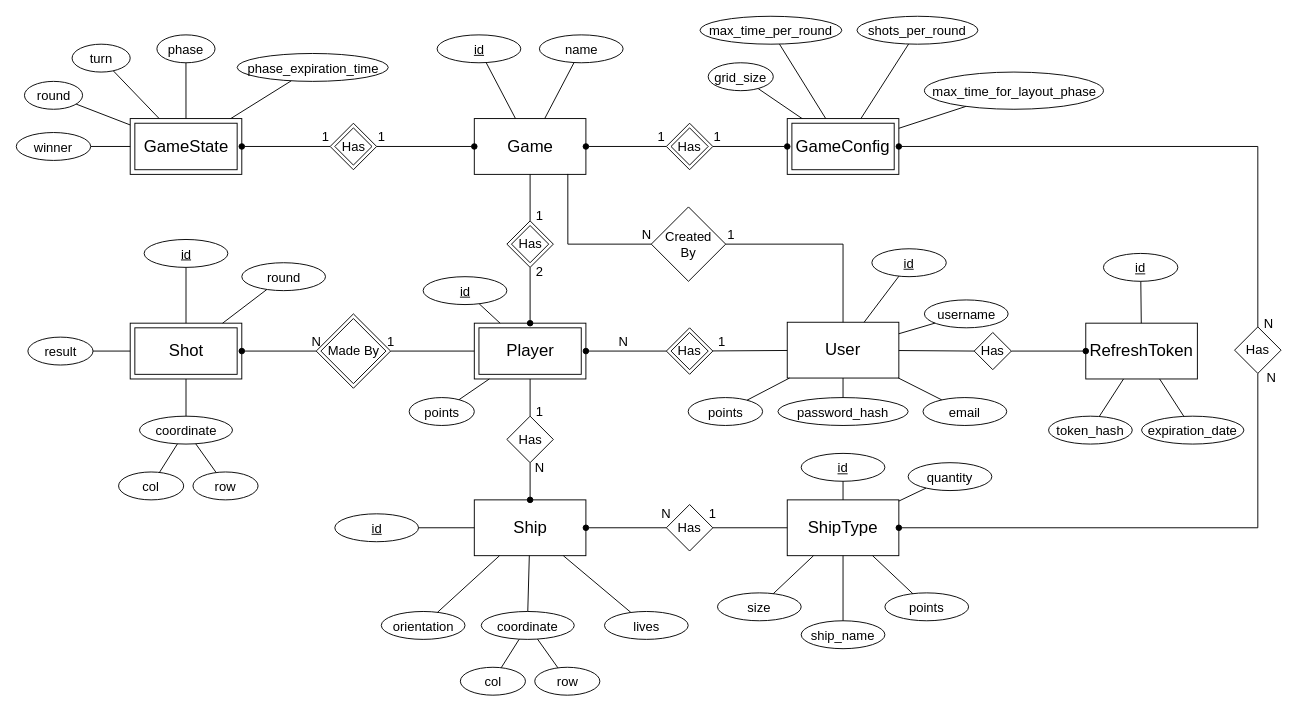
This is page "er-diagram" (1 of 3) of docs/diagrams/battleships-diagrams.drawio from bodybuilders-team/battleships-web, a draw.io file, before an edit. Source tidied: cells renumbered, new cells numbered last; positions are measured from the earlier drawing's top-left corner, leaving out a move shared by most shapes. Both pictures are drawn from the tidied source at 93%, with x=0, y=0 at pixel (16, 16).
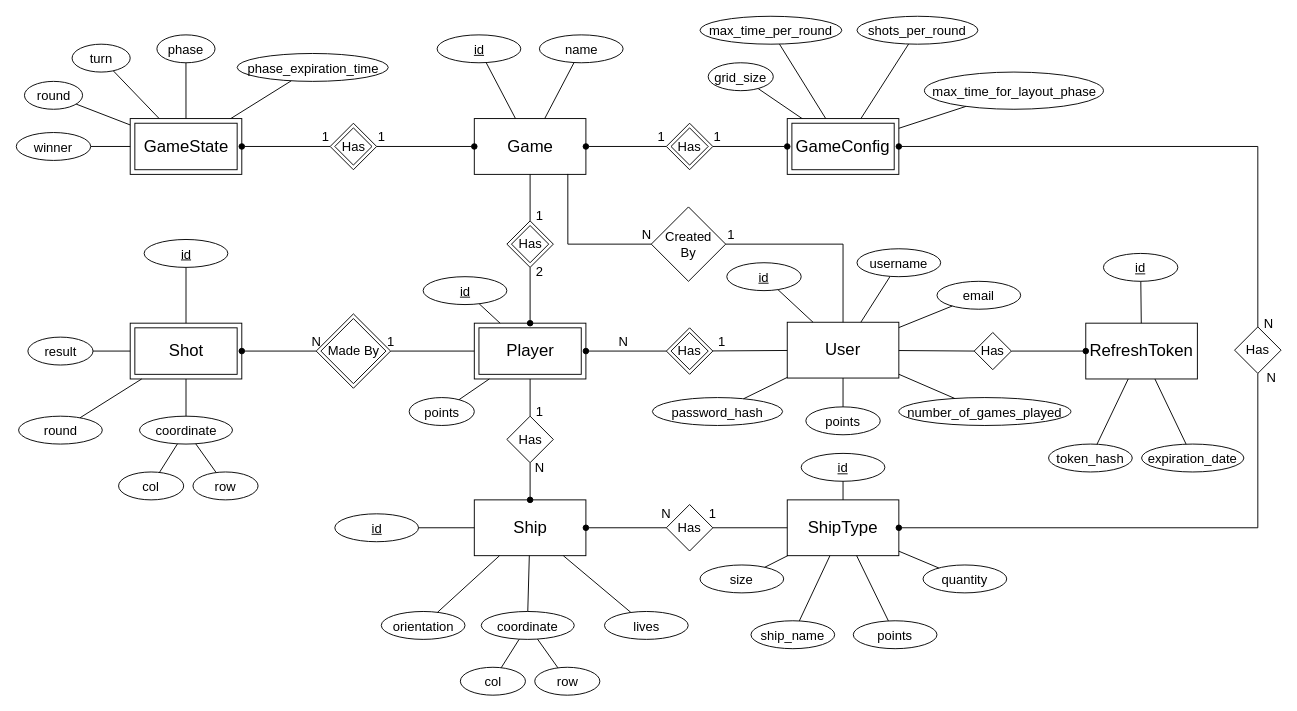
The same diagram, later.

Unchanged cells that the change refers to:
```xml
<mxCell id="15" value="&lt;span style=&quot;font-size: 18px;&quot;&gt;User&lt;/span&gt;" style="rounded=0;whiteSpace=wrap;html=1;" parent="1" vertex="1">
  <mxGeometry x="829" y="329" width="120" height="60" as="geometry" />
</mxCell>
```

What changed in the source:
```diff
@@
     <mxCell id="16" value="&lt;font style=&quot;font-size: 14px&quot;&gt;username&lt;/font&gt;" style="ellipse;whiteSpace=wrap;html=1;fontSize=18;" parent="1" vertex="1">
-      <mxGeometry x="976.5" y="305" width="90" height="30" as="geometry" />
+      <mxGeometry x="904" y="250" width="90" height="30" as="geometry" />
     </mxCell>
     <mxCell id="17" value="&lt;span style=&quot;font-size: 14px&quot;&gt;password_hash&lt;/span&gt;" style="ellipse;whiteSpace=wrap;html=1;fontSize=18;" parent="1" vertex="1">
-      <mxGeometry x="819" y="410" width="140" height="30" as="geometry" />
+      <mxGeometry x="684" y="410" width="140" height="30" as="geometry" />
     </mxCell>
@@
     <mxCell id="19" value="&lt;span style=&quot;font-size: 14px;&quot;&gt;points&lt;/span&gt;" style="ellipse;whiteSpace=wrap;html=1;fontSize=18;" parent="1" vertex="1">
-      <mxGeometry x="722.5" y="410" width="80" height="30" as="geometry" />
+      <mxGeometry x="849" y="420" width="80" height="30" as="geometry" />
     </mxCell>
@@
     <mxCell id="50" value="&lt;span style=&quot;font-size: 14px;&quot;&gt;size&lt;/span&gt;" style="ellipse;whiteSpace=wrap;html=1;fontSize=18;" parent="1" vertex="1">
-      <mxGeometry x="754" y="620" width="90" height="30" as="geometry" />
+      <mxGeometry x="735.2" y="590" width="90" height="30" as="geometry" />
     </mxCell>
     <mxCell id="51" value="&lt;span style=&quot;font-size: 14px&quot;&gt;ship_name&lt;/span&gt;" style="ellipse;whiteSpace=wrap;html=1;fontSize=18;" parent="1" vertex="1">
-      <mxGeometry x="844" y="650" width="90" height="30" as="geometry" />
+      <mxGeometry x="790" y="650" width="90" height="30" as="geometry" />
     </mxCell>
     <mxCell id="52" value="&lt;span style=&quot;font-size: 14px;&quot;&gt;points&lt;/span&gt;" style="ellipse;whiteSpace=wrap;html=1;fontSize=18;" parent="1" vertex="1">
-      <mxGeometry x="934" y="620" width="90" height="30" as="geometry" />
+      <mxGeometry x="900" y="650" width="90" height="30" as="geometry" />
     </mxCell>
@@
     <mxCell id="76" value="&lt;font style=&quot;font-size: 14px&quot;&gt;round&lt;/font&gt;" style="ellipse;whiteSpace=wrap;html=1;fontSize=18;" parent="1" vertex="1">
-      <mxGeometry x="242.5" y="265" width="90" height="30" as="geometry" />
+      <mxGeometry x="2.5" y="430" width="90" height="30" as="geometry" />
     </mxCell>
@@
     <mxCell id="117" value="&lt;span style=&quot;font-size: 14px&quot;&gt;quantity&lt;/span&gt;" style="ellipse;whiteSpace=wrap;html=1;fontSize=18;" parent="1" vertex="1">
-      <mxGeometry x="959" y="480" width="90" height="30" as="geometry" />
+      <mxGeometry x="975" y="590" width="90" height="30" as="geometry" />
     </mxCell>
@@
     <mxCell id="119" value="&lt;span style=&quot;font-size: 14px&quot;&gt;&lt;u&gt;id&lt;/u&gt;&lt;/span&gt;" style="ellipse;whiteSpace=wrap;html=1;fontSize=18;" parent="1" vertex="1">
-      <mxGeometry x="920" y="250" width="80" height="30" as="geometry" />
+      <mxGeometry x="764" y="265" width="80" height="30" as="geometry" />
     </mxCell>
@@
     <mxCell id="126" value="&lt;font style=&quot;font-size: 14px&quot;&gt;email&lt;/font&gt;" style="ellipse;whiteSpace=wrap;html=1;fontSize=18;" parent="1" vertex="1">
-      <mxGeometry x="975" y="410" width="90" height="30" as="geometry" />
+      <mxGeometry x="990" y="285" width="90" height="30" as="geometry" />
     </mxCell>
@@
     <mxCell id="135" value="&lt;span style=&quot;font-size: 14px;&quot;&gt;token_hash&lt;/span&gt;" style="ellipse;whiteSpace=wrap;html=1;fontSize=18;" parent="1" vertex="1">
-      <mxGeometry x="1110" y="430" width="90" height="30" as="geometry" />
+      <mxGeometry x="1110" y="460" width="90" height="30" as="geometry" />
     </mxCell>
@@
     <mxCell id="137" value="&lt;span style=&quot;font-size: 14px;&quot;&gt;expiration_date&lt;/span&gt;" style="ellipse;whiteSpace=wrap;html=1;fontSize=18;" parent="1" vertex="1">
-      <mxGeometry x="1210" y="430" width="110" height="30" as="geometry" />
+      <mxGeometry x="1210" y="460" width="110" height="30" as="geometry" />
     </mxCell>
@@
+    <mxCell id="144" value="&lt;span style=&quot;font-size: 14px&quot;&gt;number_of_games_played&lt;/span&gt;" style="ellipse;whiteSpace=wrap;html=1;fontSize=18;" parent="1" vertex="1">
+      <mxGeometry x="949" y="410" width="185" height="30" as="geometry" />
+    </mxCell>
+    <mxCell id="145" style="endArrow=none;html=1;rounded=0;fontSize=14;" parent="1" edge="1" source="15" target="144">
+      <mxGeometry relative="1" as="geometry" />
+    </mxCell>
```
